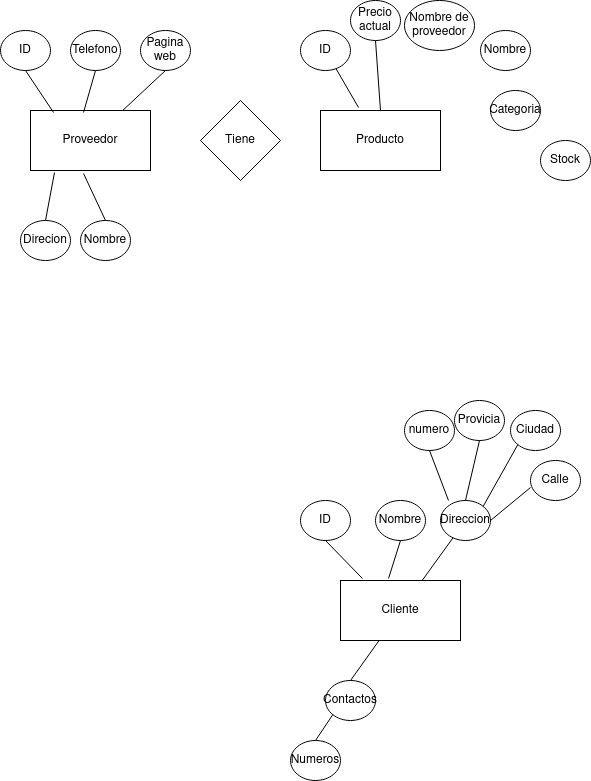
The draw.io diagram Unidad1/Tareas/Tarea1/Diagrama sin título.drawio.png in JVC0/Base-Datos, before a commit. Source tidied: cells renumbered, new cells last; positions are measured from the earlier drawing's top-left corner, leaving out a move shared by most shapes.
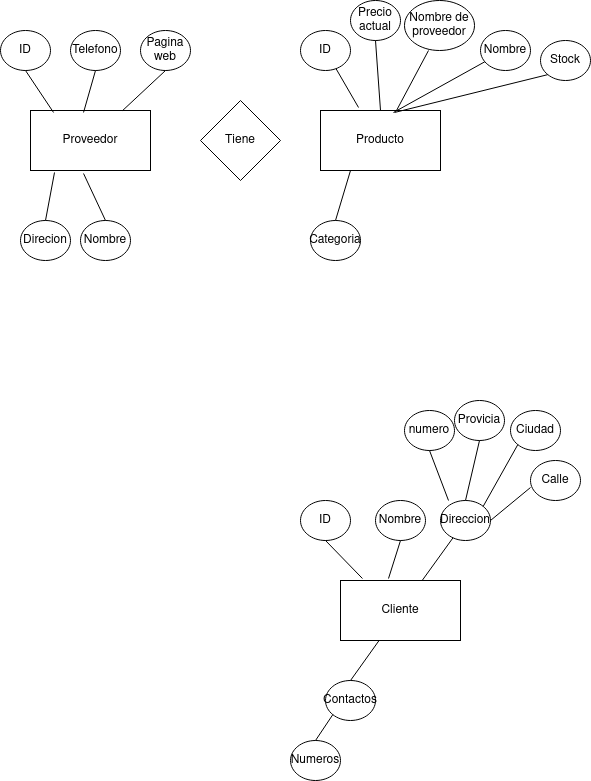
The same file after the commit.

Diff of the diagram source:
```diff
@@ -108,13 +108,13 @@
       <mxGeometry x="480" y="30" width="50" height="40" as="geometry" />
     </mxCell>
     <mxCell id="37" value="&lt;div&gt;Stock&lt;/div&gt;" style="ellipse;whiteSpace=wrap;html=1;" parent="1" vertex="1">
-      <mxGeometry x="540" y="140" width="50" height="40" as="geometry" />
+      <mxGeometry x="540" y="40" width="50" height="40" as="geometry" />
     </mxCell>
     <mxCell id="38" value="&lt;div&gt;Nombre de proveedor&lt;/div&gt;" style="ellipse;whiteSpace=wrap;html=1;" parent="1" vertex="1">
       <mxGeometry x="404" width="70" height="50" as="geometry" />
     </mxCell>
     <mxCell id="39" value="Categoria" style="ellipse;whiteSpace=wrap;html=1;" parent="1" vertex="1">
-      <mxGeometry x="490" y="90" width="50" height="40" as="geometry" />
+      <mxGeometry x="310" y="220" width="50" height="40" as="geometry" />
     </mxCell>
     <mxCell id="40" style="endArrow=none;html=1;rounded=0;exitX=0.317;exitY=-0.05;exitDx=0;exitDy=0;exitPerimeter=0;" parent="1" edge="1" source="13" target="34">
       <mxGeometry relative="1" as="geometry" />
@@ -122,5 +122,17 @@
     <mxCell id="41" style="endArrow=none;html=1;rounded=0;entryX=0.5;entryY=1;entryDx=0;entryDy=0;exitX=0.5;exitY=0;exitDx=0;exitDy=0;" parent="1" edge="1" source="13" target="35">
       <mxGeometry relative="1" as="geometry" />
     </mxCell>
+    <mxCell id="42" style="endArrow=none;html=1;rounded=0;exitX=0.608;exitY=0.033;exitDx=0;exitDy=0;exitPerimeter=0;" parent="1" edge="1" source="13" target="36">
+      <mxGeometry relative="1" as="geometry" />
+    </mxCell>
+    <mxCell id="43" style="endArrow=none;html=1;rounded=0;entryX=0.343;entryY=1;entryDx=0;entryDy=0;entryPerimeter=0;" parent="1" edge="1" source="13" target="38">
+      <mxGeometry relative="1" as="geometry" />
+    </mxCell>
+    <mxCell id="44" style="endArrow=none;html=1;rounded=0;entryX=0;entryY=1;entryDx=0;entryDy=0;exitX=0.617;exitY=0.033;exitDx=0;exitDy=0;exitPerimeter=0;" parent="1" edge="1" source="13" target="37">
+      <mxGeometry relative="1" as="geometry" />
+    </mxCell>
+    <mxCell id="45" style="endArrow=none;html=1;rounded=0;entryX=0.25;entryY=1;entryDx=0;entryDy=0;exitX=0.5;exitY=0;exitDx=0;exitDy=0;" parent="1" edge="1" source="39" target="13">
+      <mxGeometry relative="1" as="geometry" />
+    </mxCell>
   </root>
 </mxGraphModel>
```
